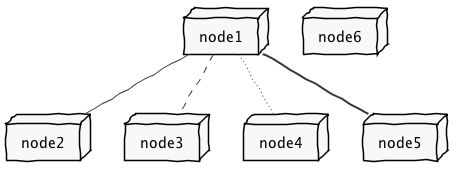
HugoFernandes2343/LAPR4_2017-2018 keeps this PlantUML diagram as net.png. Above is the earlier version.
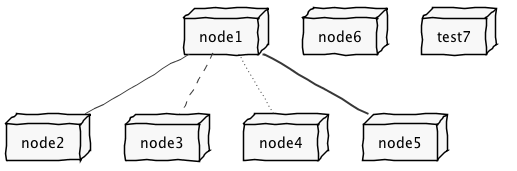
After the commit.

Commit message:
Added plantuml support in maven.

Diff of the diagram source:
```diff
@@ -11,6 +11,7 @@
 node node4
 node node5
 node node6
+node test7
 node1 -- node2
 node1 .. node3
 node1 ~~ node4
```
